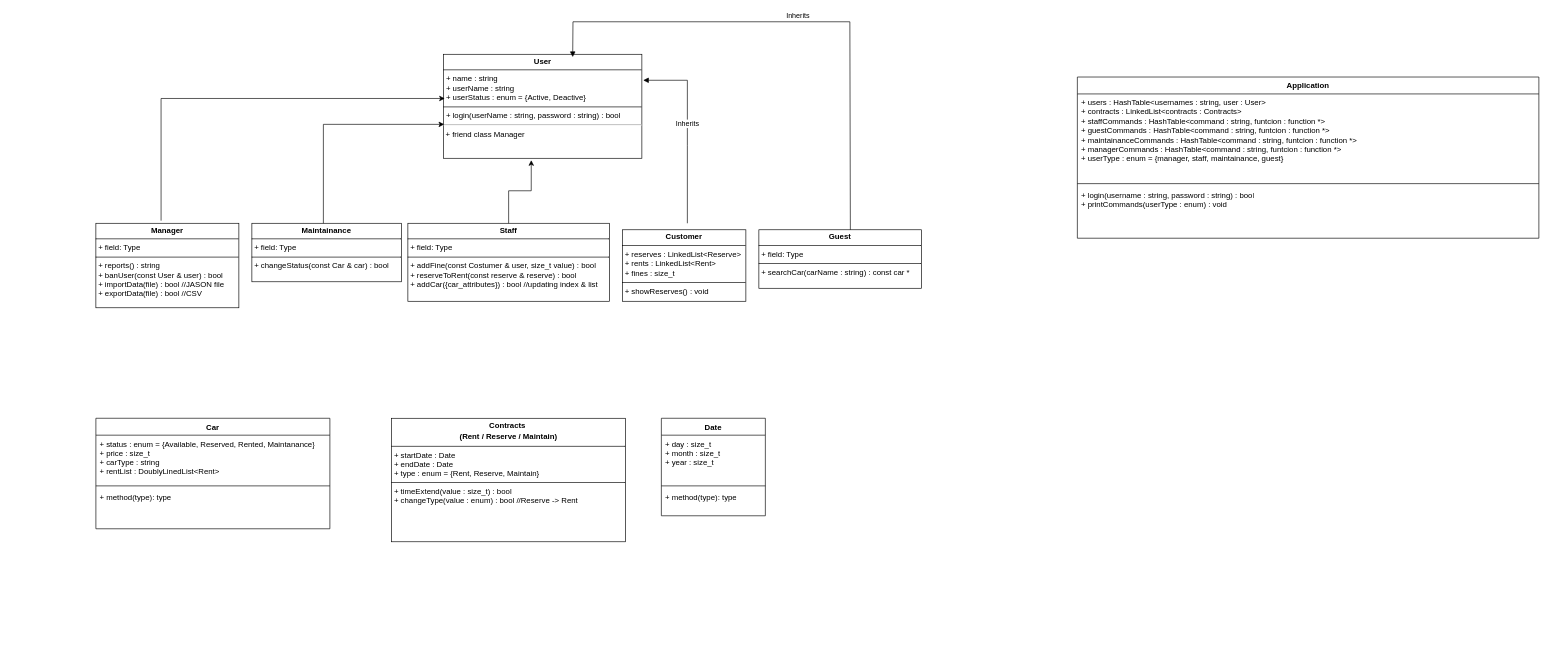
The draw.io diagram Design/UML/UML.drawio in mostafa06saeedi/DS_Final_Project, before the edit. Source tidied: cells renumbered, new cells numbered last; positions are measured from the earlier drawing's top-left corner, leaving out a move shared by most shapes. Both pictures are drawn from the tidied source at 65%, with x=0, y=0 at pixel (96, 21).
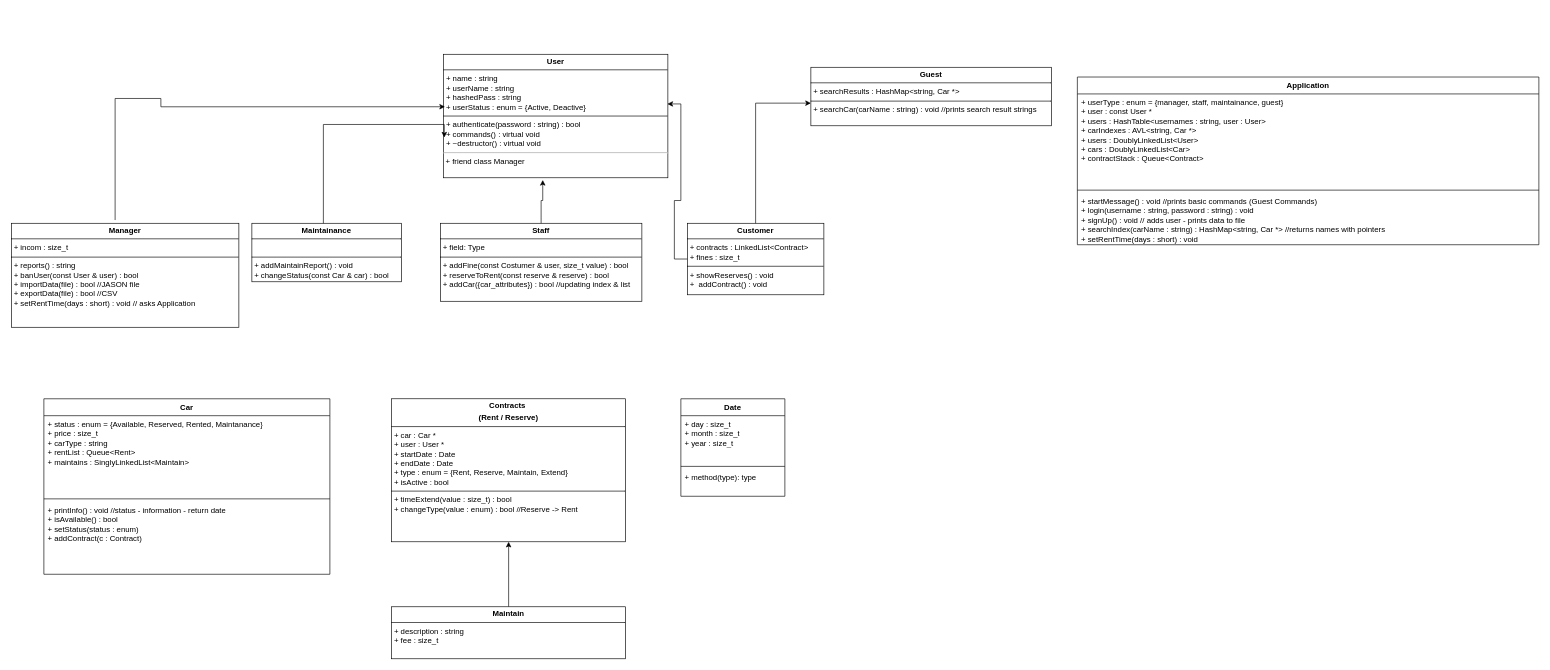
Above is the later version.

Commit message (it also covers changes not shown here):
Updated UML diagram - Restructured files

Change to the diagram source:
```diff
@@
-    <mxCell id="2" value="&lt;p style=&quot;margin:0px;margin-top:4px;text-align:center;&quot;&gt;&lt;b&gt;User&lt;/b&gt;&lt;/p&gt;&lt;hr size=&quot;1&quot; style=&quot;border-style:solid;&quot;&gt;&lt;p style=&quot;margin:0px;margin-left:4px;&quot;&gt;+ name : string&lt;/p&gt;&lt;p style=&quot;margin:0px;margin-left:4px;&quot;&gt;+ userName : string&lt;/p&gt;&lt;p style=&quot;margin:0px;margin-left:4px;&quot;&gt;+ userStatus : enum = {Active, Deactive}&lt;/p&gt;&lt;hr size=&quot;1&quot; style=&quot;border-style:solid;&quot;&gt;&lt;p style=&quot;margin:0px;margin-left:4px;&quot;&gt;+ login(userName : string, password : string) : bool&lt;/p&gt;&lt;hr&gt;&amp;nbsp;+ friend class Manager" style="verticalAlign=top;align=left;overflow=fill;html=1;whiteSpace=wrap;" parent="1" vertex="1">
-      <mxGeometry x="535" y="50" width="305" height="160" as="geometry" />
+    <mxCell id="2" value="&lt;p style=&quot;margin:0px;margin-top:4px;text-align:center;&quot;&gt;&lt;b&gt;User&lt;/b&gt;&lt;/p&gt;&lt;hr size=&quot;1&quot; style=&quot;border-style:solid;&quot;&gt;&lt;p style=&quot;margin:0px;margin-left:4px;&quot;&gt;+ name : string&lt;/p&gt;&lt;p style=&quot;margin:0px;margin-left:4px;&quot;&gt;+ userName : string&lt;br&gt;+ hashedPass : string&lt;/p&gt;&lt;p style=&quot;margin:0px;margin-left:4px;&quot;&gt;+ userStatus : enum = {Active, Deactive}&lt;/p&gt;&lt;hr size=&quot;1&quot; style=&quot;border-style:solid;&quot;&gt;&lt;p style=&quot;margin:0px;margin-left:4px;&quot;&gt;+ authenticate&lt;span style=&quot;background-color: transparent; color: light-dark(rgb(0, 0, 0), rgb(255, 255, 255));&quot;&gt;(password : string) : bool&lt;/span&gt;&lt;/p&gt;&lt;p style=&quot;margin:0px;margin-left:4px;&quot;&gt;+ commands() : virtual void&lt;br&gt;+ ~destructor() : virtual&amp;nbsp;&lt;span style=&quot;background-color: transparent; color: light-dark(rgb(0, 0, 0), rgb(255, 255, 255));&quot;&gt;void&lt;/span&gt;&lt;/p&gt;&lt;hr&gt;&amp;nbsp;+ friend class Manager" style="verticalAlign=top;align=left;overflow=fill;html=1;whiteSpace=wrap;" parent="1" vertex="1">
+      <mxGeometry x="535" y="50" width="345" height="190" as="geometry" />
     </mxCell>
-    <mxCell id="3" value="&lt;p style=&quot;margin:0px;margin-top:4px;text-align:center;&quot;&gt;&lt;b&gt;Manager&lt;/b&gt;&lt;/p&gt;&lt;hr size=&quot;1&quot; style=&quot;border-style:solid;&quot;&gt;&lt;p style=&quot;margin:0px;margin-left:4px;&quot;&gt;+ field: Type&lt;/p&gt;&lt;hr size=&quot;1&quot; style=&quot;border-style:solid;&quot;&gt;&lt;p style=&quot;margin:0px;margin-left:4px;&quot;&gt;+ reports() : string&lt;/p&gt;&lt;p style=&quot;margin:0px;margin-left:4px;&quot;&gt;+ banUser(const User &amp;amp; user) : bool&lt;/p&gt;&lt;p style=&quot;margin:0px;margin-left:4px;&quot;&gt;+ importData(file) : bool //JASON file&lt;/p&gt;&lt;p style=&quot;margin:0px;margin-left:4px;&quot;&gt;+ exportData(file) : bool //CSV&lt;/p&gt;" style="verticalAlign=top;align=left;overflow=fill;html=1;whiteSpace=wrap;" parent="1" vertex="1">
-      <mxGeometry y="310" width="220" height="130" as="geometry" />
+    <mxCell id="3" value="&lt;p style=&quot;margin:0px;margin-top:4px;text-align:center;&quot;&gt;&lt;b&gt;Manager&lt;/b&gt;&lt;/p&gt;&lt;hr size=&quot;1&quot; style=&quot;border-style:solid;&quot;&gt;&lt;p style=&quot;margin:0px;margin-left:4px;&quot;&gt;+ incom : size_t&lt;/p&gt;&lt;hr size=&quot;1&quot; style=&quot;border-style:solid;&quot;&gt;&lt;p style=&quot;margin:0px;margin-left:4px;&quot;&gt;+ reports() : string&lt;/p&gt;&lt;p style=&quot;margin:0px;margin-left:4px;&quot;&gt;+ banUser(const User &amp;amp; user) : bool&lt;/p&gt;&lt;p style=&quot;margin:0px;margin-left:4px;&quot;&gt;+ importData(file) : bool //JASON file&lt;/p&gt;&lt;p style=&quot;margin:0px;margin-left:4px;&quot;&gt;+ exportData(file) : bool //CSV&lt;/p&gt;&lt;p style=&quot;margin:0px;margin-left:4px;&quot;&gt;+ setRentTime(days : short) : void // asks Application&lt;/p&gt;" style="verticalAlign=top;align=left;overflow=fill;html=1;whiteSpace=wrap;" parent="1" vertex="1">
+      <mxGeometry x="-130" y="310" width="350" height="160" as="geometry" />
     </mxCell>
     <mxCell id="4" value="&lt;p style=&quot;margin:0px;margin-top:4px;text-align:center;&quot;&gt;&lt;b&gt;Staff&lt;/b&gt;&lt;/p&gt;&lt;hr size=&quot;1&quot; style=&quot;border-style:solid;&quot;&gt;&lt;p style=&quot;margin:0px;margin-left:4px;&quot;&gt;+ field: Type&lt;/p&gt;&lt;hr size=&quot;1&quot; style=&quot;border-style:solid;&quot;&gt;&lt;p style=&quot;margin:0px;margin-left:4px;&quot;&gt;+ addFine(const Costumer &amp;amp; user, size_t value) : bool&lt;/p&gt;&lt;p style=&quot;margin:0px;margin-left:4px;&quot;&gt;+ reserveToRent(const reserve &amp;amp; reserve) : bool&lt;/p&gt;&lt;p style=&quot;margin:0px;margin-left:4px;&quot;&gt;+ addCar({car_attributes}) : bool //updating index &amp;amp; list&lt;/p&gt;" style="verticalAlign=top;align=left;overflow=fill;html=1;whiteSpace=wrap;" parent="1" vertex="1">
-      <mxGeometry x="480" y="310" width="310" height="120" as="geometry" />
+      <mxGeometry x="530" y="310" width="310" height="120" as="geometry" />
     </mxCell>
-    <mxCell id="5" value="&lt;p style=&quot;margin:0px;margin-top:4px;text-align:center;&quot;&gt;&lt;b&gt;Guest&lt;/b&gt;&lt;/p&gt;&lt;hr size=&quot;1&quot; style=&quot;border-style:solid;&quot;&gt;&lt;p style=&quot;margin:0px;margin-left:4px;&quot;&gt;+ field: Type&lt;/p&gt;&lt;hr size=&quot;1&quot; style=&quot;border-style:solid;&quot;&gt;&lt;p style=&quot;margin:0px;margin-left:4px;&quot;&gt;+ searchCar(carName : string) : const car *&lt;/p&gt;" style="verticalAlign=top;align=left;overflow=fill;html=1;whiteSpace=wrap;" parent="1" vertex="1">
-      <mxGeometry x="1020" y="320" width="250" height="90" as="geometry" />
+    <mxCell id="5" value="&lt;p style=&quot;margin:0px;margin-top:4px;text-align:center;&quot;&gt;&lt;b&gt;Guest&lt;/b&gt;&lt;/p&gt;&lt;hr size=&quot;1&quot; style=&quot;border-style:solid;&quot;&gt;&lt;p style=&quot;margin:0px;margin-left:4px;&quot;&gt;+ searchResults : HashMap&amp;lt;string, Car *&amp;gt;&lt;/p&gt;&lt;hr size=&quot;1&quot; style=&quot;border-style:solid;&quot;&gt;&lt;p style=&quot;margin:0px;margin-left:4px;&quot;&gt;+ searchCar(carName : string) : void //prints search result strings&lt;/p&gt;" style="verticalAlign=top;align=left;overflow=fill;html=1;whiteSpace=wrap;" parent="1" vertex="1">
+      <mxGeometry x="1100" y="70" width="370" height="90" as="geometry" />
     </mxCell>
-    <mxCell id="6" value="&lt;p style=&quot;margin:0px;margin-top:4px;text-align:center;&quot;&gt;&lt;b&gt;Customer&lt;/b&gt;&lt;/p&gt;&lt;hr size=&quot;1&quot; style=&quot;border-style:solid;&quot;&gt;&lt;p style=&quot;margin:0px;margin-left:4px;&quot;&gt;+ reserves : LinkedList&amp;lt;Reserve&amp;gt;&lt;/p&gt;&lt;p style=&quot;margin:0px;margin-left:4px;&quot;&gt;+ rents : LinkedList&amp;lt;Rent&amp;gt;&lt;/p&gt;&lt;p style=&quot;margin:0px;margin-left:4px;&quot;&gt;+ fines : size_t&lt;/p&gt;&lt;hr size=&quot;1&quot; style=&quot;border-style:solid;&quot;&gt;&lt;p style=&quot;margin:0px;margin-left:4px;&quot;&gt;+ showReserves() : void&lt;/p&gt;" style="verticalAlign=top;align=left;overflow=fill;html=1;whiteSpace=wrap;" parent="1" vertex="1">
-      <mxGeometry x="810" y="320" width="190" height="110" as="geometry" />
+    <mxCell id="6" value="&lt;p style=&quot;margin:0px;margin-top:4px;text-align:center;&quot;&gt;&lt;b&gt;Customer&lt;/b&gt;&lt;/p&gt;&lt;hr size=&quot;1&quot; style=&quot;border-style:solid;&quot;&gt;&lt;p style=&quot;margin:0px;margin-left:4px;&quot;&gt;+ contracts : LinkedList&amp;lt;Contract&amp;gt;&lt;/p&gt;&lt;p style=&quot;margin:0px;margin-left:4px;&quot;&gt;+ fines : size_t&lt;/p&gt;&lt;hr size=&quot;1&quot; style=&quot;border-style:solid;&quot;&gt;&lt;p style=&quot;margin:0px;margin-left:4px;&quot;&gt;+ showReserves() : void&lt;/p&gt;&lt;p style=&quot;margin:0px;margin-left:4px;&quot;&gt;+&amp;nbsp; addContract() : void&lt;/p&gt;" style="verticalAlign=top;align=left;overflow=fill;html=1;whiteSpace=wrap;" parent="1" vertex="1">
+      <mxGeometry x="910" y="310" width="210" height="110" as="geometry" />
     </mxCell>
-    <mxCell id="7" value="Inherits" style="html=1;verticalAlign=bottom;endArrow=block;curved=0;rounded=0;" parent="1" edge="1">
-      <mxGeometry relative="1" as="geometry">
-        <mxPoint x="910" y="310" as="sourcePoint" />
-        <mxPoint x="842" y="90" as="targetPoint" />
-        <Array as="points">
-          <mxPoint x="910" y="190" />
-          <mxPoint x="910" y="90" />
-        </Array>
-      </mxGeometry>
-    </mxCell>
-    <mxCell id="8" value="Inherits" style="html=1;verticalAlign=bottom;endArrow=block;curved=0;rounded=0;entryX=0.651;entryY=0.027;entryDx=0;entryDy=0;entryPerimeter=0;exitX=0.563;exitY=0;exitDx=0;exitDy=0;exitPerimeter=0;" parent="1" edge="1" source="5" target="2">
-      <mxGeometry relative="1" as="geometry">
-        <Array as="points">
-          <mxPoint x="1160" />
-          <mxPoint x="734" />
-        </Array>
-      </mxGeometry>
-    </mxCell>
     <mxCell id="9" value="Car&lt;div&gt;&lt;br&gt;&lt;/div&gt;" style="swimlane;fontStyle=1;align=center;verticalAlign=top;horizontal=1;startSize=26;whiteSpace=wrap;html=1;" parent="1" vertex="1">
-      <mxGeometry y="610" width="360" height="170" as="geometry" />
+      <mxGeometry x="-80" y="580" width="440" height="270" as="geometry" />
     </mxCell>
-    <mxCell id="10" value="+ status : enum = {Available, Reserved, Rented, Maintanance}&lt;div&gt;+ price : size_t&lt;/div&gt;&lt;div&gt;+ carType : string&lt;/div&gt;&lt;div&gt;+ rentList : DoublyLinedList&amp;lt;Rent&amp;gt;&lt;/div&gt;&lt;div&gt;&lt;br&gt;&lt;/div&gt;" style="text;strokeColor=none;fillColor=none;align=left;verticalAlign=top;spacingLeft=4;spacingRight=4;overflow=hidden;whiteSpace=wrap;html=1;" parent="9" vertex="1">
-      <mxGeometry y="26" width="360" height="74" as="geometry" />
+    <mxCell id="10" value="+ status : enum = {Available, Reserved, Rented, Maintanance}&lt;div&gt;+ price : size_t&lt;/div&gt;&lt;div&gt;+ carType : string&lt;/div&gt;&lt;div&gt;+ rentList : Queue&amp;lt;Rent&amp;gt;&lt;/div&gt;&lt;div&gt;+&amp;nbsp;&lt;span style=&quot;background-color: transparent; color: light-dark(rgb(0, 0, 0), rgb(255, 255, 255));&quot;&gt;maintains : SinglyLinkedList&amp;lt;Maintain&amp;gt;&lt;/span&gt;&lt;/div&gt;&lt;div&gt;&lt;br&gt;&lt;/div&gt;" style="text;strokeColor=none;fillColor=none;align=left;verticalAlign=top;spacingLeft=4;spacingRight=4;overflow=hidden;whiteSpace=wrap;html=1;" parent="9" vertex="1">
+      <mxGeometry y="26" width="440" height="124" as="geometry" />
     </mxCell>
     <mxCell id="11" style="line;strokeWidth=1;fillColor=none;align=left;verticalAlign=middle;spacingTop=-1;spacingLeft=3;spacingRight=3;labelPosition=right;strokeColor=inherit;" parent="9" vertex="1">
-      <mxGeometry y="100" width="360" height="8" as="geometry" />
+      <mxGeometry y="150" width="440" height="8" as="geometry" />
     </mxCell>
-    <mxCell id="12" value="+ method(type): type" style="text;strokeColor=none;fillColor=none;align=left;verticalAlign=top;spacingLeft=4;spacingRight=4;overflow=hidden;whiteSpace=wrap;html=1;" parent="9" vertex="1">
-      <mxGeometry y="108" width="360" height="62" as="geometry" />
+    <mxCell id="12" value="+ printInfo() : void //status - information - return date&lt;div&gt;+ isAvailable() : bool&lt;/div&gt;&lt;div&gt;+ setStatus(status : enum)&lt;/div&gt;&lt;div&gt;+ addContract(c : Contract)&lt;br&gt;&lt;div&gt;&lt;br&gt;&lt;/div&gt;&lt;/div&gt;" style="text;strokeColor=none;fillColor=none;align=left;verticalAlign=top;spacingLeft=4;spacingRight=4;overflow=hidden;whiteSpace=wrap;html=1;" parent="9" vertex="1">
+      <mxGeometry y="158" width="440" height="112" as="geometry" />
     </mxCell>
-    <mxCell id="13" value="&lt;p style=&quot;margin:0px;margin-top:4px;text-align:center;&quot;&gt;&lt;b&gt;Contracts&amp;nbsp;&lt;/b&gt;&lt;/p&gt;&lt;p style=&quot;margin:0px;margin-top:4px;text-align:center;&quot;&gt;&lt;b&gt;(Rent / Reserve / Maintain)&lt;/b&gt;&lt;/p&gt;&lt;hr size=&quot;1&quot; style=&quot;border-style:solid;&quot;&gt;&lt;p style=&quot;margin:0px;margin-left:4px;&quot;&gt;+ startDate : Date&lt;/p&gt;&lt;p style=&quot;margin:0px;margin-left:4px;&quot;&gt;+ endDate : Date&lt;/p&gt;&lt;p style=&quot;margin:0px;margin-left:4px;&quot;&gt;+ type : enum = {Rent, Reserve, Maintain}&lt;/p&gt;&lt;hr size=&quot;1&quot; style=&quot;border-style:solid;&quot;&gt;&lt;p style=&quot;margin:0px;margin-left:4px;&quot;&gt;+ timeExtend(value : size_t) : bool&lt;/p&gt;&lt;p style=&quot;margin:0px;margin-left:4px;&quot;&gt;+ changeType(value : enum) : bool //Reserve -&amp;gt; Rent&lt;/p&gt;" style="verticalAlign=top;align=left;overflow=fill;html=1;whiteSpace=wrap;" parent="1" vertex="1">
-      <mxGeometry x="455" y="610" width="360" height="190" as="geometry" />
+    <mxCell id="13" value="&lt;p style=&quot;margin:0px;margin-top:4px;text-align:center;&quot;&gt;&lt;b&gt;Contracts&amp;nbsp;&lt;/b&gt;&lt;/p&gt;&lt;p style=&quot;margin:0px;margin-top:4px;text-align:center;&quot;&gt;&lt;b&gt;(Rent / Reserve)&lt;/b&gt;&lt;/p&gt;&lt;hr size=&quot;1&quot; style=&quot;border-style:solid;&quot;&gt;&lt;p style=&quot;margin:0px;margin-left:4px;&quot;&gt;+ car : Car *&lt;/p&gt;&lt;p style=&quot;margin:0px;margin-left:4px;&quot;&gt;+ user : User *&lt;br&gt;+ startDate : Date&lt;/p&gt;&lt;p style=&quot;margin:0px;margin-left:4px;&quot;&gt;+ endDate : Date&lt;/p&gt;&lt;p style=&quot;margin:0px;margin-left:4px;&quot;&gt;+ type : enum = {Rent, Reserve, Maintain, Extend}&lt;/p&gt;&lt;p style=&quot;margin:0px;margin-left:4px;&quot;&gt;+ isActive : bool&lt;/p&gt;&lt;hr size=&quot;1&quot; style=&quot;border-style:solid;&quot;&gt;&lt;p style=&quot;margin:0px;margin-left:4px;&quot;&gt;+ timeExtend(value : size_t) : bool&lt;/p&gt;&lt;p style=&quot;margin:0px;margin-left:4px;&quot;&gt;+ changeType(value : enum) : bool //Reserve -&amp;gt; Rent&lt;/p&gt;" style="verticalAlign=top;align=left;overflow=fill;html=1;whiteSpace=wrap;" parent="1" vertex="1">
+      <mxGeometry x="455" y="580" width="360" height="220" as="geometry" />
     </mxCell>
@@
-    <mxCell id="16" value="&lt;p style=&quot;margin:0px;margin-top:4px;text-align:center;&quot;&gt;&lt;b&gt;Maintainance&lt;/b&gt;&lt;/p&gt;&lt;hr size=&quot;1&quot; style=&quot;border-style:solid;&quot;&gt;&lt;p style=&quot;margin:0px;margin-left:4px;&quot;&gt;+ field: Type&lt;/p&gt;&lt;hr size=&quot;1&quot; style=&quot;border-style:solid;&quot;&gt;&lt;p style=&quot;margin:0px;margin-left:4px;&quot;&gt;+ changeStatus(const Car &amp;amp; car) : bool&lt;/p&gt;" style="verticalAlign=top;align=left;overflow=fill;html=1;whiteSpace=wrap;" parent="1" vertex="1">
+    <mxCell id="16" value="&lt;p style=&quot;margin:0px;margin-top:4px;text-align:center;&quot;&gt;&lt;b&gt;Maintainance&lt;/b&gt;&lt;/p&gt;&lt;hr size=&quot;1&quot; style=&quot;border-style:solid;&quot;&gt;&lt;p style=&quot;margin:0px;margin-left:4px;&quot;&gt;&lt;br&gt;&lt;/p&gt;&lt;hr size=&quot;1&quot; style=&quot;border-style:solid;&quot;&gt;&lt;p style=&quot;margin:0px;margin-left:4px;&quot;&gt;+ addMaintainReport() : void&lt;/p&gt;&lt;p style=&quot;margin:0px;margin-left:4px;&quot;&gt;+ changeStatus(const Car &amp;amp; car) : bool&lt;/p&gt;" style="verticalAlign=top;align=left;overflow=fill;html=1;whiteSpace=wrap;" parent="1" vertex="1">
       <mxGeometry x="240" y="310" width="230" height="90" as="geometry" />
     </mxCell>
@@
     <mxCell id="18" value="Date" style="swimlane;fontStyle=1;align=center;verticalAlign=top;horizontal=1;startSize=26;whiteSpace=wrap;html=1;" parent="1" vertex="1">
-      <mxGeometry x="870" y="610" width="160" height="150" as="geometry" />
+      <mxGeometry x="900" y="580" width="160" height="150" as="geometry" />
     </mxCell>
@@
     <mxCell id="22" value="Application" style="swimlane;fontStyle=1;align=center;verticalAlign=top;horizontal=1;startSize=26;whiteSpace=wrap;html=1;" parent="1" vertex="1">
-      <mxGeometry x="1510" y="85" width="710" height="248" as="geometry" />
+      <mxGeometry x="1510" y="85" width="710" height="258" as="geometry" />
     </mxCell>
-    <mxCell id="23" value="+ users : HashTable&amp;lt;usernames : string, user : User&amp;gt;&lt;div&gt;+ contracts : LinkedList&amp;lt;contracts : Contracts&amp;gt;&lt;/div&gt;&lt;div&gt;+ staffCommands : HashTable&amp;lt;command : string, funtcion : function *&amp;gt;&lt;/div&gt;&lt;div&gt;+ guest&lt;span style=&quot;background-color: transparent; color: light-dark(rgb(0, 0, 0), rgb(255, 255, 255));&quot;&gt;Commands : HashTable&amp;lt;&lt;/span&gt;&lt;span style=&quot;background-color: transparent; color: light-dark(rgb(0, 0, 0), rgb(255, 255, 255));&quot;&gt;command : string, funtcion : function *&lt;/span&gt;&lt;span style=&quot;background-color: transparent; color: light-dark(rgb(0, 0, 0), rgb(255, 255, 255));&quot;&gt;&amp;gt;&lt;/span&gt;&lt;/div&gt;&lt;div&gt;&lt;span style=&quot;background-color: transparent; color: light-dark(rgb(0, 0, 0), rgb(255, 255, 255));&quot;&gt;+ maintainance&lt;/span&gt;&lt;span style=&quot;background-color: transparent; color: light-dark(rgb(0, 0, 0), rgb(255, 255, 255));&quot;&gt;Commands : HashTable&amp;lt;command : string, funtcion : function *&amp;gt;&lt;/span&gt;&lt;/div&gt;&lt;div&gt;&lt;span style=&quot;background-color: transparent; color: light-dark(rgb(0, 0, 0), rgb(255, 255, 255));&quot;&gt;+ manager&lt;/span&gt;&lt;span style=&quot;background-color: transparent; color: light-dark(rgb(0, 0, 0), rgb(255, 255, 255));&quot;&gt;Commands : HashTable&amp;lt;command : string, funtcion : function *&amp;gt;&lt;/span&gt;&lt;/div&gt;&lt;div&gt;&lt;span style=&quot;background-color: transparent; color: light-dark(rgb(0, 0, 0), rgb(255, 255, 255));&quot;&gt;+ userType : enum = {manager, staff, maintainance, guest}&lt;/span&gt;&lt;/div&gt;" style="text;strokeColor=none;fillColor=none;align=left;verticalAlign=top;spacingLeft=4;spacingRight=4;overflow=hidden;whiteSpace=wrap;html=1;" parent="22" vertex="1">
-      <mxGeometry y="26" width="710" height="134" as="geometry" />
+    <mxCell id="23" value="&lt;div&gt;&lt;div&gt;&lt;span style=&quot;background-color: transparent; color: light-dark(rgb(0, 0, 0), rgb(255, 255, 255));&quot;&gt;+ userType : enum = {manager, staff, maintainance, guest}&lt;/span&gt;&lt;/div&gt;&lt;div&gt;&lt;span style=&quot;background-color: transparent; color: light-dark(rgb(0, 0, 0), rgb(255, 255, 255));&quot;&gt;+ user : const User *&lt;/span&gt;&lt;/div&gt;&lt;/div&gt;+ users : HashTable&amp;lt;usernames : string, user : User&amp;gt;&lt;div&gt;&lt;span style=&quot;background-color: transparent; color: light-dark(rgb(0, 0, 0), rgb(255, 255, 255));&quot;&gt;+ carIndexes : AVL&amp;lt;string, Car *&amp;gt;&amp;nbsp;&lt;/span&gt;&lt;/div&gt;&lt;div&gt;&lt;span style=&quot;background-color: transparent; color: light-dark(rgb(0, 0, 0), rgb(255, 255, 255));&quot;&gt;+ users : DoublyLinkedList&amp;lt;User&amp;gt;&lt;/span&gt;&lt;/div&gt;&lt;div&gt;+ cars : DoublyLinkedList&amp;lt;Car&amp;gt;&lt;/div&gt;&lt;div&gt;+ contractStack : Queue&amp;lt;Contract&amp;gt;&lt;/div&gt;&lt;div&gt;&lt;br&gt;&lt;/div&gt;&lt;div&gt;&lt;br&gt;&lt;/div&gt;" style="text;strokeColor=none;fillColor=none;align=left;verticalAlign=top;spacingLeft=4;spacingRight=4;overflow=hidden;whiteSpace=wrap;html=1;" parent="22" vertex="1">
+      <mxGeometry y="26" width="710" height="144" as="geometry" />
     </mxCell>
     <mxCell id="24" style="line;strokeWidth=1;fillColor=none;align=left;verticalAlign=middle;spacingTop=-1;spacingLeft=3;spacingRight=3;labelPosition=right;strokeColor=inherit;" parent="22" vertex="1">
-      <mxGeometry y="160" width="710" height="8" as="geometry" />
+      <mxGeometry y="170" width="710" height="8" as="geometry" />
     </mxCell>
-    <mxCell id="25" value="+ login(username : string, password : string) : bool&lt;div&gt;+ printCommands(userType : enum) : void&lt;/div&gt;&lt;div&gt;&lt;br&gt;&lt;/div&gt;" style="text;strokeColor=none;fillColor=none;align=left;verticalAlign=top;spacingLeft=4;spacingRight=4;overflow=hidden;whiteSpace=wrap;html=1;" parent="22" vertex="1">
-      <mxGeometry y="168" width="710" height="80" as="geometry" />
+    <mxCell id="25" value="&lt;div&gt;+ startMessage() : void //prints basic commands (Guest Commands)&lt;/div&gt;+ login(username : string, password : string) : void&lt;div&gt;+ signUp() : void // adds user - prints data to file&lt;br&gt;&lt;div&gt;+ searchIndex(carName : string) : HashMap&amp;lt;string, Car *&amp;gt; //returns names with pointers&lt;/div&gt;&lt;div&gt;+ setRentTime(days : short) : void&lt;/div&gt;&lt;div&gt;&lt;br&gt;&lt;/div&gt;&lt;div&gt;&lt;br&gt;&lt;/div&gt;&lt;div&gt;&lt;br&gt;&lt;div&gt;&lt;br&gt;&lt;/div&gt;&lt;/div&gt;&lt;/div&gt;" style="text;strokeColor=none;fillColor=none;align=left;verticalAlign=top;spacingLeft=4;spacingRight=4;overflow=hidden;whiteSpace=wrap;html=1;" parent="22" vertex="1">
+      <mxGeometry y="178" width="710" height="80" as="geometry" />
     </mxCell>
+    <mxCell id="26" style="edgeStyle=orthogonalEdgeStyle;rounded=0;jettySize=auto;html=1;entryX=0.998;entryY=0.402;entryDx=0;entryDy=0;entryPerimeter=0;" parent="1" edge="1" source="6" target="2">
+      <mxGeometry relative="1" as="geometry" />
+    </mxCell>
+    <mxCell id="27" style="edgeStyle=orthogonalEdgeStyle;rounded=0;jettySize=auto;html=1;" parent="1" edge="1" source="28" target="13">
+      <mxGeometry relative="1" as="geometry" />
+    </mxCell>
+    <mxCell id="28" value="&lt;p style=&quot;margin:0px;margin-top:4px;text-align:center;&quot;&gt;&lt;b style=&quot;background-color: transparent; color: light-dark(rgb(0, 0, 0), rgb(255, 255, 255));&quot;&gt;Maintain&lt;/b&gt;&lt;/p&gt;&lt;hr size=&quot;1&quot; style=&quot;border-style:solid;&quot;&gt;&lt;p style=&quot;margin:0px;margin-left:4px;&quot;&gt;+ description : string&lt;/p&gt;&lt;p style=&quot;margin:0px;margin-left:4px;&quot;&gt;+ fee : size_t&lt;/p&gt;" style="verticalAlign=top;align=left;overflow=fill;html=1;whiteSpace=wrap;" parent="1" vertex="1">
+      <mxGeometry x="455" y="900" width="360" height="80" as="geometry" />
+    </mxCell>
+    <mxCell id="29" style="edgeStyle=orthogonalEdgeStyle;rounded=0;jettySize=auto;html=1;entryX=0;entryY=0.613;entryDx=0;entryDy=0;entryPerimeter=0;" parent="1" edge="1" source="6" target="5">
+      <mxGeometry relative="1" as="geometry" />
+    </mxCell>
```
